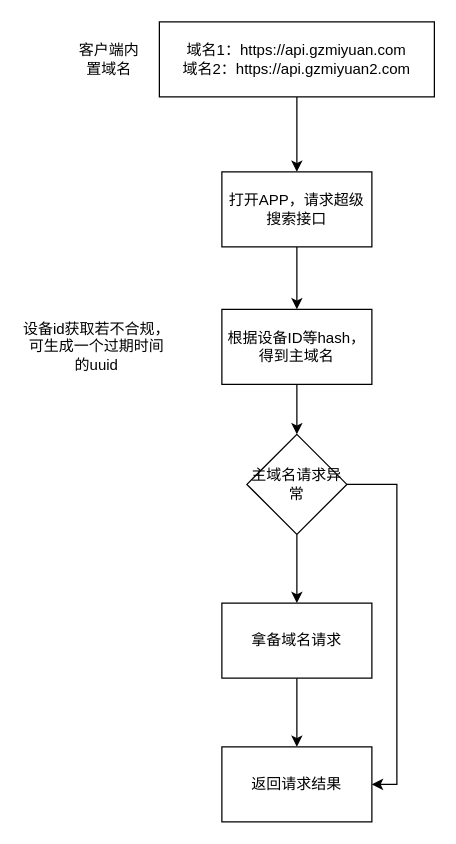
Above: 用户维度获取主备域名.drawio in smallleaf/draw.io (draw.io), before the change. Source tidied: cells renumbered, new cells numbered last; positions are measured from the earlier drawing's top-left corner, leaving out a move shared by most shapes. Both pictures are drawn from the tidied source at 125%, with x=0, y=0 at pixel (21, 21).
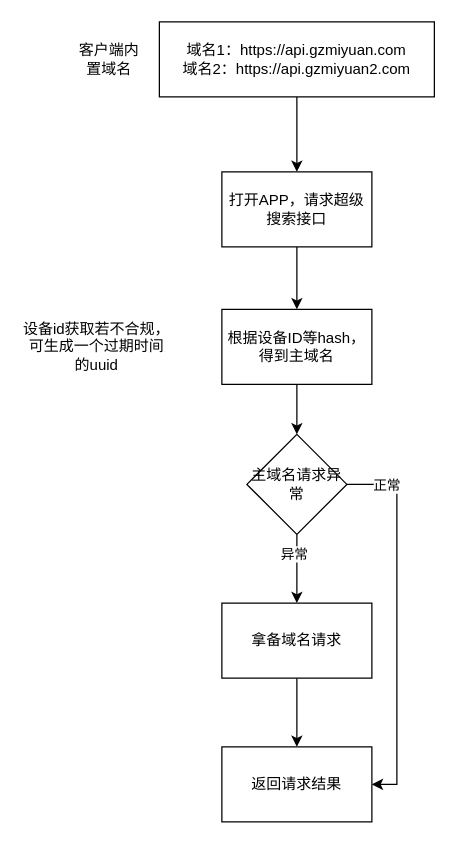
The same page after the edit.

Commit message (it also covers changes not shown here):
更新用户维度获取主备域名.drawio

Diff of the diagram source:
```diff
@@
 <mxGraphModel>
   <root>
     <mxCell id="0" />
     <mxCell id="1" parent="0" />
     <mxCell id="2" style="edgeStyle=orthogonalEdgeStyle;rounded=0;jettySize=auto;html=1;exitX=0.5;exitY=1;exitDx=0;exitDy=0;entryX=0.5;entryY=0;entryDx=0;entryDy=0;" parent="1" edge="1" source="3" target="6">
       <mxGeometry relative="1" as="geometry" />
     </mxCell>
     <mxCell id="3" value="&lt;span style=&quot;text-wrap: nowrap;&quot;&gt;域名1：https://api.gzmiyuan.com&lt;/span&gt;&lt;div style=&quot;text-wrap: nowrap;&quot;&gt;域名2：https://api.gzmiyuan2.com&lt;/div&gt;" style="rounded=0;whiteSpace=wrap;html=1;" parent="1" vertex="1">
       <mxGeometry x="110" width="220" height="60" as="geometry" />
     </mxCell>
     <mxCell id="4" value="客户端内置域名" style="text;html=1;align=center;verticalAlign=middle;whiteSpace=wrap;rounded=0;" parent="1" vertex="1">
       <mxGeometry x="40" y="17.5" width="60" height="25" as="geometry" />
     </mxCell>
     <mxCell id="5" style="edgeStyle=orthogonalEdgeStyle;rounded=0;jettySize=auto;html=1;exitX=0.5;exitY=1;exitDx=0;exitDy=0;entryX=0.5;entryY=0;entryDx=0;entryDy=0;" parent="1" edge="1" source="6" target="8">
       <mxGeometry relative="1" as="geometry" />
     </mxCell>
     <mxCell id="6" value="打开APP，请求超级搜索接口" style="rounded=0;whiteSpace=wrap;html=1;" parent="1" vertex="1">
       <mxGeometry x="160" y="120" width="120" height="60" as="geometry" />
     </mxCell>
     <mxCell id="7" style="edgeStyle=orthogonalEdgeStyle;rounded=0;jettySize=auto;html=1;exitX=0.5;exitY=1;exitDx=0;exitDy=0;" parent="1" edge="1" source="8" target="12">
       <mxGeometry relative="1" as="geometry" />
     </mxCell>
     <mxCell id="8" value="根据设备ID等hash，得到主域名" style="rounded=0;whiteSpace=wrap;html=1;" parent="1" vertex="1">
       <mxGeometry x="160" y="230" width="120" height="60" as="geometry" />
     </mxCell>
     <mxCell id="9" value="设备id获取若不合规，可生成一个过期时间的uuid" style="text;html=1;align=center;verticalAlign=middle;whiteSpace=wrap;rounded=0;" parent="1" vertex="1">
       <mxGeometry y="247.5" width="120" height="25" as="geometry" />
     </mxCell>
     <mxCell id="10" style="edgeStyle=orthogonalEdgeStyle;rounded=0;jettySize=auto;html=1;exitX=1;exitY=0.5;exitDx=0;exitDy=0;entryX=1;entryY=0.5;entryDx=0;entryDy=0;" parent="1" edge="1" source="12" target="15">
       <mxGeometry relative="1" as="geometry" />
     </mxCell>
+    <mxCell id="16" value="正常" style="edgeLabel;html=1;align=center;verticalAlign=middle;" parent="10" vertex="1">
+      <mxGeometry x="-0.79" relative="1" as="geometry" />
+    </mxCell>
     <mxCell id="11" style="edgeStyle=orthogonalEdgeStyle;rounded=0;jettySize=auto;html=1;exitX=0.5;exitY=1;exitDx=0;exitDy=0;entryX=0.5;entryY=0;entryDx=0;entryDy=0;" parent="1" edge="1" source="12" target="14">
       <mxGeometry relative="1" as="geometry" />
     </mxCell>
+    <mxCell id="17" value="异常" style="edgeLabel;html=1;align=center;verticalAlign=middle;" parent="11" vertex="1">
+      <mxGeometry x="-0.45" y="-3" relative="1" as="geometry" />
+    </mxCell>
     <mxCell id="12" value="主域名请求异常" style="rhombus;whiteSpace=wrap;html=1;" parent="1" vertex="1">
       <mxGeometry x="180" y="330" width="80" height="80" as="geometry" />
     </mxCell>
     <mxCell id="13" style="edgeStyle=orthogonalEdgeStyle;rounded=0;jettySize=auto;html=1;exitX=0.5;exitY=1;exitDx=0;exitDy=0;entryX=0.5;entryY=0;entryDx=0;entryDy=0;" parent="1" edge="1" source="14" target="15">
       <mxGeometry relative="1" as="geometry" />
     </mxCell>
     <mxCell id="14" value="拿备域名请求" style="rounded=0;whiteSpace=wrap;html=1;" parent="1" vertex="1">
       <mxGeometry x="160" y="465" width="120" height="60" as="geometry" />
     </mxCell>
     <mxCell id="15" value="返回请求结果" style="rounded=0;whiteSpace=wrap;html=1;" parent="1" vertex="1">
       <mxGeometry x="160" y="580" width="120" height="60" as="geometry" />
     </mxCell>
   </root>
 </mxGraphModel>
```
